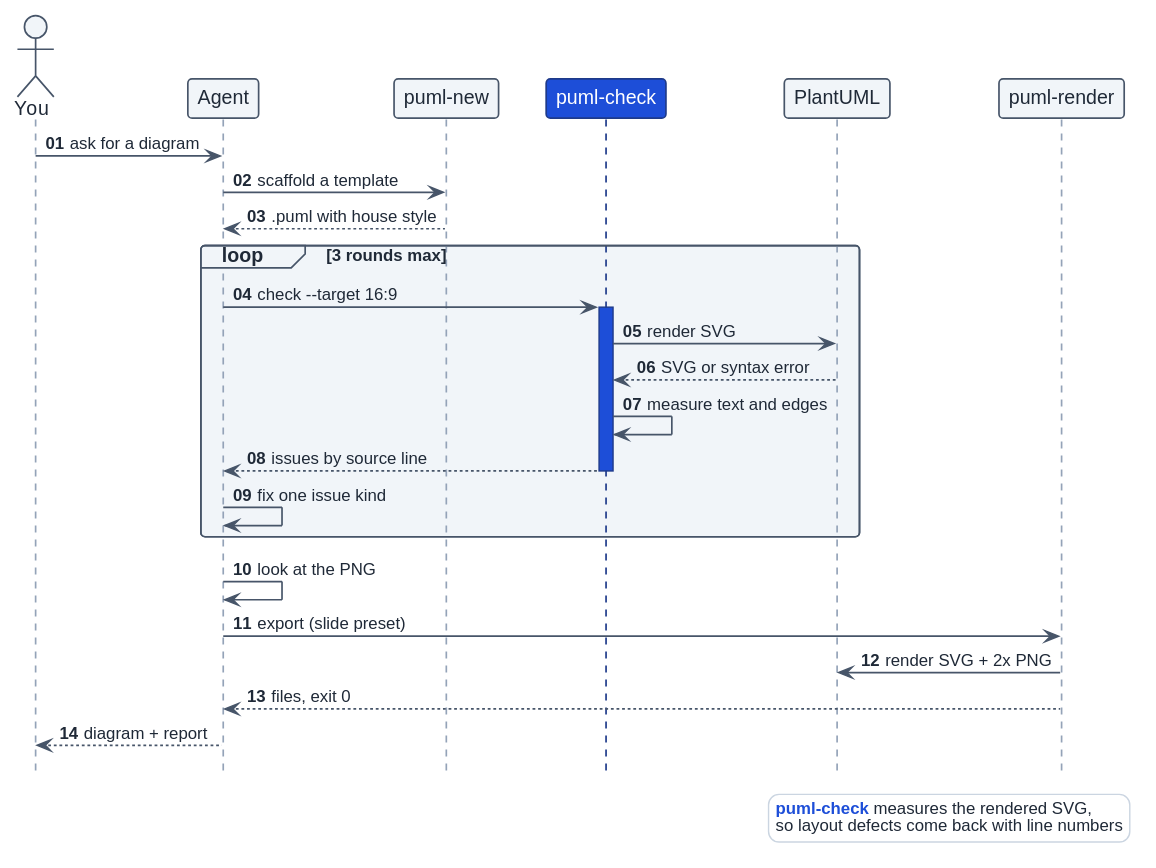
gregodouglas/plantuml-diagrams-skill keeps this PlantUML diagram as docs/diagrams/out/how-it-works.svg. Above is the earlier version. Its diagram source:
```plantuml
@startuml
skinparam shadowing false
skinparam defaultFontName Helvetica
skinparam maxMessageSize 180
skinparam wrapWidth 180
<style>
root {
  FontName Helvetica
  FontSize 14
  FontColor #1F2937
}
element { BackgroundColor #F1F5F9; LineColor #475569; LineThickness 1.2; RoundCorner 6 }
arrow   { LineColor #475569; LineThickness 1.2; FontSize 12; MaximumWidth 180 }
note    { BackgroundColor #FFF7E0; LineColor #B45309; FontSize 12; MaximumWidth 220 }
title   { FontSize 18; FontStyle bold }
caption { FontSize 12; FontColor #64748B }
legend  { FontSize 12; BackgroundColor white; LineColor #CBD5E1; MaximumWidth 320 }
.accent { BackgroundColor #1D4ED8; FontColor white; LineColor #1E3A8A }
.alert  { BackgroundColor #FEE2E2; FontColor #7F1D1D; LineColor #B91C1C }
.muted  { BackgroundColor #F8FAFC; FontColor #64748B; LineColor #CBD5E1 }
sequenceDiagram {
  participant { Margin 0 12 }
  lifeLine    { LineColor #94A3B8 }
  group       { FontSize 12 }
}
</style>
hide stereotype

hide footbox
autonumber "<b>00"

actor       "You"         as user
participant "Agent"       as agent
participant "puml-new"    as new
participant "puml-check"  as check <<accent>>
participant "PlantUML"    as puml
participant "puml-render" as render

user   -> agent    : ask for a diagram
agent  -> new      : scaffold a template
new   --> agent    : .puml with house style
loop 3 rounds max
  agent  -> check ++ : check --target 16:9
  check  -> puml     : render SVG
  puml  --> check    : SVG or syntax error
  check  -> check    : measure text and edges
  check --> agent -- : issues by source line
  agent  -> agent    : fix one issue kind
end
agent  -> agent    : look at the PNG
agent  -> render   : export (slide preset)
render -> puml     : render SVG + 2x PNG
render --> agent   : files, exit 0
agent --> user     : diagram + report

legend right
<color:#1D4ED8><b>puml-check</b></color> measures the rendered SVG,
so layout defects come back with line numbers
endlegend
@enduml
```
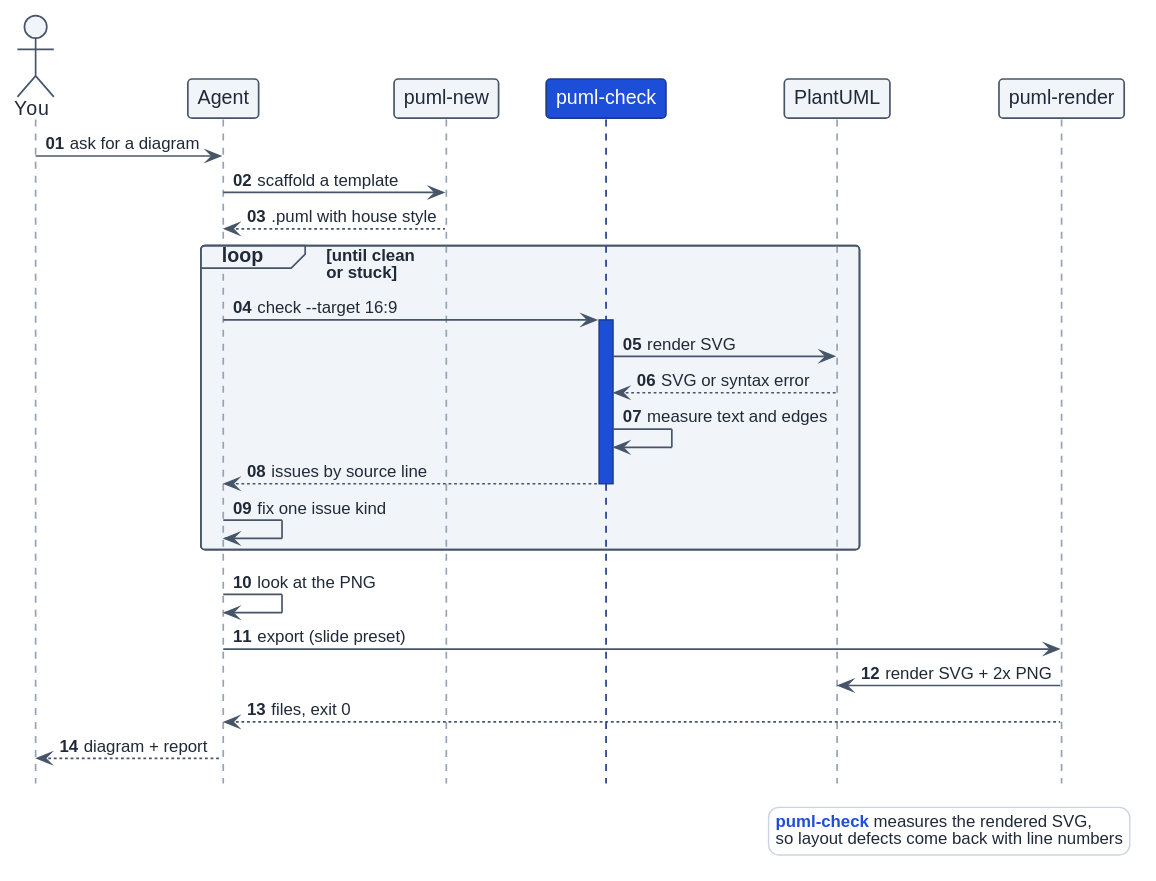
After the commit.

What changed in the source:
```diff
@@ -39,7 +39,7 @@
 user   -> agent    : ask for a diagram
 agent  -> new      : scaffold a template
 new   --> agent    : .puml with house style
-loop 3 rounds max
+loop until clean\nor stuck
   agent  -> check ++ : check --target 16:9
   check  -> puml     : render SVG
   puml  --> check    : SVG or syntax error
```
